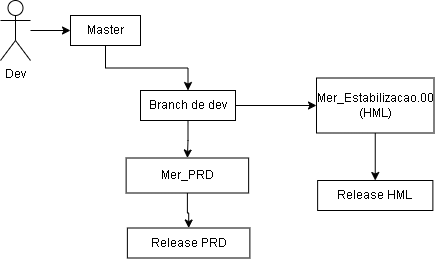
igorpompeo/igorpompeo.github.io keeps this draw.io diagram as diagrama-versionamento-RM.png. Above is the earlier version. Source tidied: cells renumbered, new cells last; positions are measured from the earlier drawing's top-left corner, leaving out a move shared by most shapes. The source it was exported from:
```xml
<mxGraphModel>
  <root>
    <mxCell id="0" />
    <mxCell id="1" parent="0" />
    <mxCell id="2" style="edgeStyle=orthogonalEdgeStyle;rounded=0;jettySize=auto;html=1;" parent="1" edge="1" source="3" target="5">
      <mxGeometry relative="1" as="geometry" />
    </mxCell>
    <mxCell id="3" value="Dev" style="shape=umlActor;verticalLabelPosition=bottom;verticalAlign=top;html=1;outlineConnect=0;" parent="1" vertex="1">
      <mxGeometry width="30" height="60" as="geometry" />
    </mxCell>
    <mxCell id="4" style="edgeStyle=orthogonalEdgeStyle;rounded=0;jettySize=auto;html=1;" parent="1" edge="1" source="5" target="8">
      <mxGeometry relative="1" as="geometry" />
    </mxCell>
    <mxCell id="5" value="Master" style="rounded=0;whiteSpace=wrap;html=1;" parent="1" vertex="1">
      <mxGeometry x="70" y="15" width="70" height="30" as="geometry" />
    </mxCell>
    <mxCell id="6" style="edgeStyle=orthogonalEdgeStyle;rounded=0;jettySize=auto;html=1;" parent="1" edge="1" source="8" target="10">
      <mxGeometry relative="1" as="geometry" />
    </mxCell>
    <mxCell id="7" style="edgeStyle=orthogonalEdgeStyle;rounded=0;jettySize=auto;html=1;" parent="1" edge="1" source="8" target="13">
      <mxGeometry relative="1" as="geometry" />
    </mxCell>
    <mxCell id="8" value="Branch de dev" style="whiteSpace=wrap;html=1;rounded=0;" parent="1" vertex="1">
      <mxGeometry x="140" y="90" width="95" height="30" as="geometry" />
    </mxCell>
    <mxCell id="9" style="edgeStyle=orthogonalEdgeStyle;rounded=0;jettySize=auto;html=1;" parent="1" edge="1" source="10" target="11">
      <mxGeometry relative="1" as="geometry" />
    </mxCell>
    <mxCell id="10" value="Mer_Estabilizacao.00 (HML)" style="whiteSpace=wrap;html=1;rounded=0;" parent="1" vertex="1">
      <mxGeometry x="316" y="77.5" width="117.5" height="55" as="geometry" />
    </mxCell>
    <mxCell id="11" value="Release HML" style="whiteSpace=wrap;html=1;rounded=0;" parent="1" vertex="1">
      <mxGeometry x="317.1" y="180" width="115.2" height="30" as="geometry" />
    </mxCell>
    <mxCell id="12" style="edgeStyle=orthogonalEdgeStyle;rounded=0;jettySize=auto;html=1;" parent="1" edge="1" source="13" target="14">
      <mxGeometry relative="1" as="geometry" />
    </mxCell>
    <mxCell id="13" value="Mer_PRD" style="whiteSpace=wrap;html=1;rounded=0;" parent="1" vertex="1">
      <mxGeometry x="125.6" y="157.5" width="122.5" height="35" as="geometry" />
    </mxCell>
    <mxCell id="14" value="Release PRD" style="whiteSpace=wrap;html=1;rounded=0;" parent="1" vertex="1">
      <mxGeometry x="126.9" y="227.5" width="122.5" height="30" as="geometry" />
    </mxCell>
  </root>
</mxGraphModel>
```
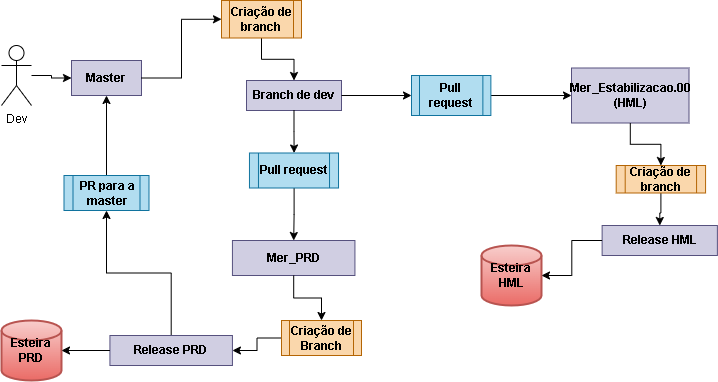
Later version of the same file.

Diff of the diagram source:
```diff
@@ -6,40 +6,91 @@
       <mxGeometry relative="1" as="geometry" />
     </mxCell>
     <mxCell id="3" value="Dev" style="shape=umlActor;verticalLabelPosition=bottom;verticalAlign=top;html=1;outlineConnect=0;" parent="1" vertex="1">
-      <mxGeometry width="30" height="60" as="geometry" />
+      <mxGeometry y="60" width="30" height="60" as="geometry" />
     </mxCell>
-    <mxCell id="4" style="edgeStyle=orthogonalEdgeStyle;rounded=0;jettySize=auto;html=1;" parent="1" edge="1" source="5" target="8">
+    <mxCell id="4" style="edgeStyle=orthogonalEdgeStyle;rounded=0;jettySize=auto;html=1;" parent="1" edge="1" source="21" target="8">
       <mxGeometry relative="1" as="geometry" />
     </mxCell>
-    <mxCell id="5" value="Master" style="rounded=0;whiteSpace=wrap;html=1;" parent="1" vertex="1">
-      <mxGeometry x="70" y="15" width="70" height="30" as="geometry" />
+    <mxCell id="5" value="Master" style="rounded=0;whiteSpace=wrap;html=1;fillColor=#d0cee2;strokeColor=#56517e;fontStyle=1;" parent="1" vertex="1">
+      <mxGeometry x="70" y="75" width="70" height="35" as="geometry" />
     </mxCell>
-    <mxCell id="6" style="edgeStyle=orthogonalEdgeStyle;rounded=0;jettySize=auto;html=1;" parent="1" edge="1" source="8" target="10">
+    <mxCell id="6" style="edgeStyle=orthogonalEdgeStyle;rounded=0;jettySize=auto;html=1;" parent="1" edge="1" source="17" target="10">
       <mxGeometry relative="1" as="geometry" />
     </mxCell>
-    <mxCell id="7" style="edgeStyle=orthogonalEdgeStyle;rounded=0;jettySize=auto;html=1;" parent="1" edge="1" source="8" target="13">
+    <mxCell id="7" style="edgeStyle=orthogonalEdgeStyle;rounded=0;jettySize=auto;html=1;" parent="1" edge="1" source="23" target="13">
       <mxGeometry relative="1" as="geometry" />
     </mxCell>
-    <mxCell id="8" value="Branch de dev" style="whiteSpace=wrap;html=1;rounded=0;" parent="1" vertex="1">
-      <mxGeometry x="140" y="90" width="95" height="30" as="geometry" />
+    <mxCell id="8" value="Branch de dev" style="whiteSpace=wrap;html=1;rounded=0;fillColor=#d0cee2;strokeColor=#56517e;fontStyle=1;" parent="1" vertex="1">
+      <mxGeometry x="245" y="95" width="95" height="30" as="geometry" />
     </mxCell>
-    <mxCell id="9" style="edgeStyle=orthogonalEdgeStyle;rounded=0;jettySize=auto;html=1;" parent="1" edge="1" source="10" target="11">
+    <mxCell id="9" style="edgeStyle=orthogonalEdgeStyle;rounded=0;jettySize=auto;html=1;" parent="1" edge="1" source="19" target="11">
       <mxGeometry relative="1" as="geometry" />
     </mxCell>
-    <mxCell id="10" value="Mer_Estabilizacao.00 (HML)" style="whiteSpace=wrap;html=1;rounded=0;" parent="1" vertex="1">
-      <mxGeometry x="316" y="77.5" width="117.5" height="55" as="geometry" />
+    <mxCell id="10" value="Mer_Estabilizacao.00 (HML)" style="whiteSpace=wrap;html=1;rounded=0;fillColor=#d0cee2;strokeColor=#56517e;fontStyle=1;" parent="1" vertex="1">
+      <mxGeometry x="570" y="82.5" width="117.5" height="55" as="geometry" />
     </mxCell>
-    <mxCell id="11" value="Release HML" style="whiteSpace=wrap;html=1;rounded=0;" parent="1" vertex="1">
-      <mxGeometry x="317.1" y="180" width="115.2" height="30" as="geometry" />
+    <mxCell id="11" value="Release HML" style="whiteSpace=wrap;html=1;rounded=0;fillColor=#d0cee2;strokeColor=#56517e;fontStyle=1;" parent="1" vertex="1">
+      <mxGeometry x="600.6" y="240" width="115.2" height="30" as="geometry" />
     </mxCell>
-    <mxCell id="12" style="edgeStyle=orthogonalEdgeStyle;rounded=0;jettySize=auto;html=1;" parent="1" edge="1" source="13" target="14">
+    <mxCell id="12" style="edgeStyle=orthogonalEdgeStyle;rounded=0;jettySize=auto;html=1;" parent="1" edge="1" source="27" target="14">
       <mxGeometry relative="1" as="geometry" />
     </mxCell>
-    <mxCell id="13" value="Mer_PRD" style="whiteSpace=wrap;html=1;rounded=0;" parent="1" vertex="1">
-      <mxGeometry x="125.6" y="157.5" width="122.5" height="35" as="geometry" />
+    <mxCell id="13" value="Mer_PRD" style="whiteSpace=wrap;html=1;rounded=0;fillColor=#d0cee2;strokeColor=#56517e;fontStyle=1;" parent="1" vertex="1">
+      <mxGeometry x="230.9" y="255" width="122.5" height="35" as="geometry" />
     </mxCell>
+    <mxCell id="15" style="edgeStyle=orthogonalEdgeStyle;rounded=0;jettySize=auto;html=1;entryX=0.5;entryY=1;entryDx=0;entryDy=0;" parent="1" edge="1" source="14" target="25">
+      <mxGeometry relative="1" as="geometry" />
+    </mxCell>
-    <mxCell id="14" value="Release PRD" style="whiteSpace=wrap;html=1;rounded=0;" parent="1" vertex="1">
-      <mxGeometry x="126.9" y="227.5" width="122.5" height="30" as="geometry" />
+    <mxCell id="14" value="Release PRD" style="whiteSpace=wrap;html=1;rounded=0;fillColor=#d0cee2;strokeColor=#56517e;fontStyle=1;" parent="1" vertex="1">
+      <mxGeometry x="108.4" y="350" width="122.5" height="30" as="geometry" />
     </mxCell>
+    <mxCell id="16" style="edgeStyle=orthogonalEdgeStyle;rounded=0;jettySize=auto;html=1;" parent="1" edge="1" source="8" target="17">
+      <mxGeometry relative="1" as="geometry" />
+    </mxCell>
+    <mxCell id="17" value="Pull request" style="shape=process;whiteSpace=wrap;html=1;backgroundOutline=1;fillColor=#b1ddf0;strokeColor=#10739e;fontStyle=1;" parent="1" vertex="1">
+      <mxGeometry x="410" y="90" width="79.4" height="40" as="geometry" />
+    </mxCell>
+    <mxCell id="18" style="edgeStyle=orthogonalEdgeStyle;rounded=0;jettySize=auto;html=1;" parent="1" edge="1" source="10" target="19">
+      <mxGeometry relative="1" as="geometry" />
+    </mxCell>
+    <mxCell id="19" value="Criação de branch" style="shape=process;whiteSpace=wrap;html=1;backgroundOutline=1;fillColor=#fad7ac;strokeColor=#b46504;fontStyle=1;" parent="1" vertex="1">
+      <mxGeometry x="614.7" y="180" width="89.4" height="27.5" as="geometry" />
+    </mxCell>
+    <mxCell id="20" style="edgeStyle=orthogonalEdgeStyle;rounded=0;jettySize=auto;html=1;exitX=1;exitY=0.5;exitDx=0;exitDy=0;entryX=0;entryY=0.5;entryDx=0;entryDy=0;" parent="1" edge="1" source="5" target="21">
+      <mxGeometry relative="1" as="geometry" />
+    </mxCell>
+    <mxCell id="21" value="Criação de branch" style="shape=process;whiteSpace=wrap;html=1;backgroundOutline=1;fillColor=#fad7ac;strokeColor=#b46504;fontStyle=1;" parent="1" vertex="1">
+      <mxGeometry x="220" y="15" width="80" height="37.5" as="geometry" />
+    </mxCell>
+    <mxCell id="22" style="edgeStyle=orthogonalEdgeStyle;rounded=0;jettySize=auto;html=1;" parent="1" edge="1" source="8" target="23">
+      <mxGeometry relative="1" as="geometry" />
+    </mxCell>
+    <mxCell id="23" value="Pull request" style="shape=process;whiteSpace=wrap;html=1;backgroundOutline=1;fillColor=#b1ddf0;strokeColor=#10739e;fontStyle=1;" parent="1" vertex="1">
+      <mxGeometry x="248" y="167.5" width="89.1" height="35" as="geometry" />
+    </mxCell>
+    <mxCell id="24" style="edgeStyle=orthogonalEdgeStyle;rounded=0;jettySize=auto;html=1;entryX=0.5;entryY=1;entryDx=0;entryDy=0;" parent="1" edge="1" source="25" target="5">
+      <mxGeometry relative="1" as="geometry" />
+    </mxCell>
+    <mxCell id="25" value="PR para a master" style="shape=process;whiteSpace=wrap;html=1;backgroundOutline=1;fillColor=#b1ddf0;strokeColor=#10739e;fontStyle=1;" parent="1" vertex="1">
+      <mxGeometry x="62.5" y="190" width="85" height="35" as="geometry" />
+    </mxCell>
+    <mxCell id="26" style="edgeStyle=orthogonalEdgeStyle;rounded=0;jettySize=auto;html=1;" parent="1" edge="1" source="13" target="27">
+      <mxGeometry relative="1" as="geometry" />
+    </mxCell>
+    <mxCell id="27" value="Criação de Branch" style="shape=process;whiteSpace=wrap;html=1;backgroundOutline=1;fillColor=#fad7ac;strokeColor=#b46504;fontStyle=1;" parent="1" vertex="1">
+      <mxGeometry x="280" y="335" width="80" height="35" as="geometry" />
+    </mxCell>
+    <mxCell id="28" value="Esteira PRD" style="strokeWidth=2;html=1;shape=mxgraph.flowchart.database;whiteSpace=wrap;fillColor=#f8cecc;gradientColor=#ea6b66;strokeColor=#b85450;fontStyle=1;" parent="1" vertex="1">
+      <mxGeometry y="335" width="60" height="60" as="geometry" />
+    </mxCell>
+    <mxCell id="29" style="edgeStyle=orthogonalEdgeStyle;rounded=0;jettySize=auto;html=1;entryX=1;entryY=0.5;entryDx=0;entryDy=0;entryPerimeter=0;" parent="1" edge="1" source="14" target="28">
+      <mxGeometry relative="1" as="geometry" />
+    </mxCell>
+    <mxCell id="30" value="Esteira HML" style="strokeWidth=2;html=1;shape=mxgraph.flowchart.database;whiteSpace=wrap;fillColor=#f8cecc;gradientColor=#ea6b66;strokeColor=#b85450;fontStyle=1;" parent="1" vertex="1">
+      <mxGeometry x="480" y="260" width="60" height="60" as="geometry" />
+    </mxCell>
+    <mxCell id="31" style="edgeStyle=orthogonalEdgeStyle;rounded=0;jettySize=auto;html=1;entryX=1;entryY=0.5;entryDx=0;entryDy=0;entryPerimeter=0;" parent="1" edge="1" source="11" target="30">
+      <mxGeometry relative="1" as="geometry" />
+    </mxCell>
   </root>
 </mxGraphModel>
```
